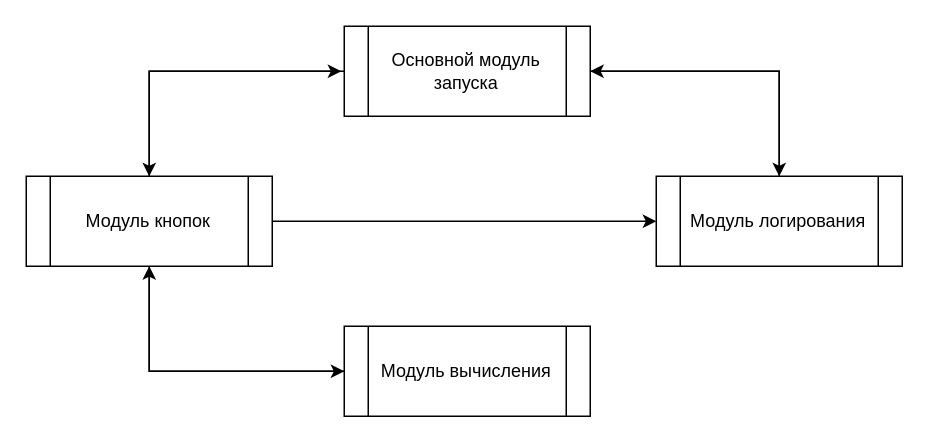
This is Python/homework_9/ex2/diag.drawio from sokems/GeekBrains, a draw.io file, before an edit. Source tidied: cells renumbered, new cells numbered last; positions are measured from the earlier drawing's top-left corner, leaving out a move shared by most shapes. Both pictures are drawn from the tidied source at 150%, with x=0, y=0 at pixel (26, 26).
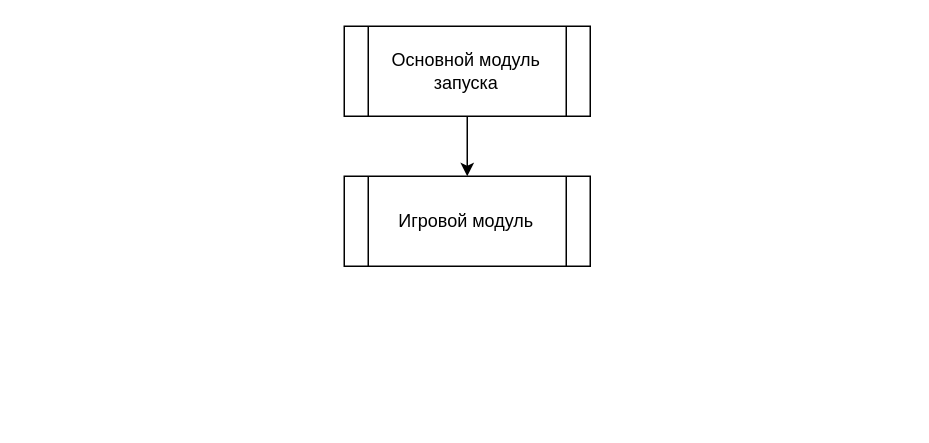
Above is the later version.

Diff of the diagram source:
```diff
@@
 <mxGraphModel>
   <root>
     <mxCell id="0" />
     <mxCell id="1" parent="0" />
     <mxCell id="2" style="edgeStyle=orthogonalEdgeStyle;rounded=0;jettySize=auto;html=1;" parent="1" edge="1" source="4" target="8">
       <mxGeometry relative="1" as="geometry" />
     </mxCell>
-    <mxCell id="3" style="edgeStyle=orthogonalEdgeStyle;rounded=0;jettySize=auto;html=1;entryX=0.5;entryY=0;entryDx=0;entryDy=0;" parent="1" edge="1" source="4" target="12">
-      <mxGeometry relative="1" as="geometry" />
-    </mxCell>
     <mxCell id="4" value="Основной модуль запуска" style="shape=process;whiteSpace=wrap;html=1;backgroundOutline=1;" parent="1" vertex="1">
       <mxGeometry x="212" width="164" height="60" as="geometry" />
     </mxCell>
-    <mxCell id="5" style="edgeStyle=orthogonalEdgeStyle;rounded=0;jettySize=auto;html=1;" parent="1" edge="1" source="8">
-      <mxGeometry relative="1" as="geometry">
-        <mxPoint x="210" y="30" as="targetPoint" />
-        <Array as="points">
-          <mxPoint x="82" y="30" />
-          <mxPoint x="150" y="30" />
-        </Array>
-      </mxGeometry>
-    </mxCell>
-    <mxCell id="6" style="edgeStyle=orthogonalEdgeStyle;rounded=0;jettySize=auto;html=1;entryX=0;entryY=0.5;entryDx=0;entryDy=0;" parent="1" edge="1" source="8" target="10">
-      <mxGeometry relative="1" as="geometry">
-        <Array as="points">
-          <mxPoint x="82" y="230" />
-        </Array>
-      </mxGeometry>
-    </mxCell>
-    <mxCell id="7" style="edgeStyle=orthogonalEdgeStyle;rounded=0;jettySize=auto;html=1;entryX=0;entryY=0.5;entryDx=0;entryDy=0;" parent="1" edge="1" source="8" target="12">
-      <mxGeometry relative="1" as="geometry" />
-    </mxCell>
-    <mxCell id="8" value="Модуль кнопок" style="shape=process;whiteSpace=wrap;html=1;backgroundOutline=1;" parent="1" vertex="1">
-      <mxGeometry y="100" width="164" height="60" as="geometry" />
+    <mxCell id="8" value="Игровой модуль" style="shape=process;whiteSpace=wrap;html=1;backgroundOutline=1;" parent="1" vertex="1">
+      <mxGeometry x="212" y="100" width="164" height="60" as="geometry" />
     </mxCell>
-    <mxCell id="9" style="edgeStyle=orthogonalEdgeStyle;rounded=0;jettySize=auto;html=1;entryX=0.5;entryY=1;entryDx=0;entryDy=0;" parent="1" edge="1" source="10" target="8">
-      <mxGeometry relative="1" as="geometry" />
-    </mxCell>
-    <mxCell id="10" value="Модуль вычисления" style="shape=process;whiteSpace=wrap;html=1;backgroundOutline=1;" parent="1" vertex="1">
-      <mxGeometry x="212" y="200" width="164" height="60" as="geometry" />
-    </mxCell>
-    <mxCell id="11" style="edgeStyle=orthogonalEdgeStyle;rounded=0;jettySize=auto;html=1;entryX=1;entryY=0.5;entryDx=0;entryDy=0;" parent="1" edge="1" source="12" target="4">
-      <mxGeometry relative="1" as="geometry">
-        <Array as="points">
-          <mxPoint x="502" y="30" />
-        </Array>
-      </mxGeometry>
-    </mxCell>
-    <mxCell id="12" value="Модуль логирования" style="shape=process;whiteSpace=wrap;html=1;backgroundOutline=1;" parent="1" vertex="1">
-      <mxGeometry x="420" y="100" width="164" height="60" as="geometry" />
-    </mxCell>
   </root>
 </mxGraphModel>
```
